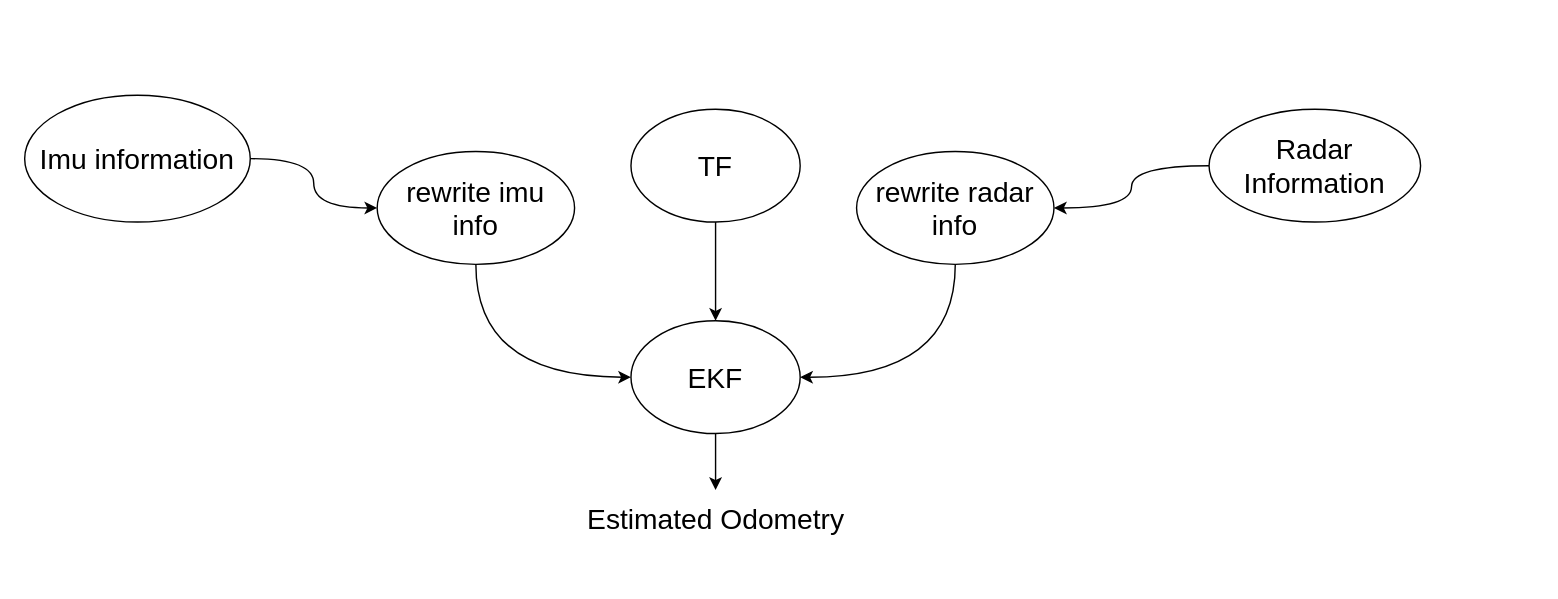
Earlier version of the draw.io diagram Presenatation/Algorithm_Oveview.drawio (alme96/SemesterProject_RadialInertialStateEstimation). Source tidied: cells renumbered, new cells numbered last; positions are measured from the earlier drawing's top-left corner, leaving out a move shared by most shapes. Both pictures are drawn from the tidied source at 141%, with x=0, y=0 at pixel (24, 94).
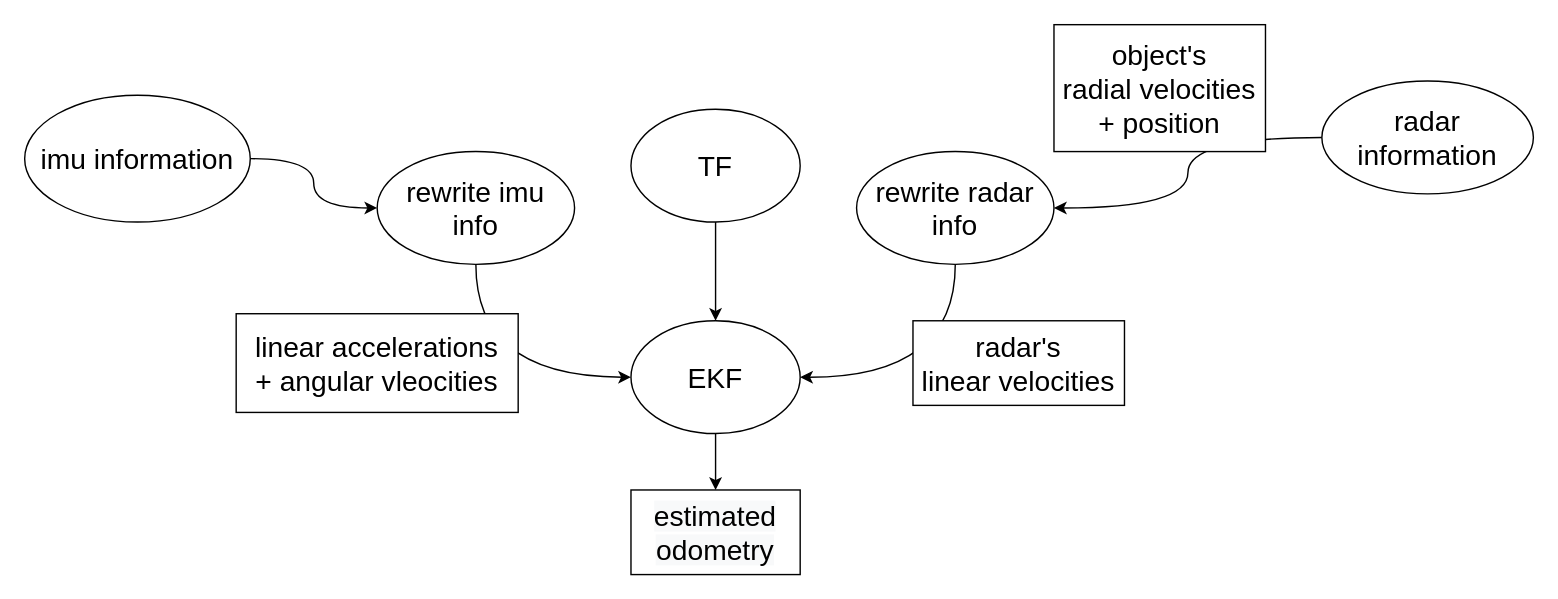
The same page after the edit.

Change to the diagram source:
```diff
@@
 <mxGraphModel>
   <root>
     <mxCell id="0" />
     <mxCell id="1" parent="0" />
     <mxCell id="2" style="edgeStyle=orthogonalEdgeStyle;curved=1;rounded=0;jettySize=auto;html=1;" parent="1" edge="1" source="3">
       <mxGeometry relative="1" as="geometry">
         <mxPoint x="490" y="280" as="targetPoint" />
       </mxGeometry>
     </mxCell>
     <mxCell id="3" value="&lt;font style=&quot;font-size: 20px&quot;&gt;EKF&lt;/font&gt;" style="ellipse;whiteSpace=wrap;html=1;" parent="1" vertex="1">
       <mxGeometry x="430" y="160" width="120" height="80" as="geometry" />
     </mxCell>
     <mxCell id="4" style="edgeStyle=orthogonalEdgeStyle;rounded=0;jettySize=auto;html=1;curved=1;" parent="1" edge="1" source="5" target="9">
       <mxGeometry relative="1" as="geometry" />
     </mxCell>
-    <mxCell id="5" value="&lt;font style=&quot;font-size: 20px&quot;&gt;Radar Information&lt;/font&gt;" style="ellipse;whiteSpace=wrap;html=1;" parent="1" vertex="1">
-      <mxGeometry x="840" y="10" width="150" height="80" as="geometry" />
+    <mxCell id="5" value="&lt;font style=&quot;font-size: 20px&quot;&gt;radar information&lt;/font&gt;" style="ellipse;whiteSpace=wrap;html=1;" parent="1" vertex="1">
+      <mxGeometry x="920" y="-10" width="150" height="80" as="geometry" />
     </mxCell>
     <mxCell id="6" style="edgeStyle=orthogonalEdgeStyle;curved=1;rounded=0;jettySize=auto;html=1;entryX=0;entryY=0.5;entryDx=0;entryDy=0;" parent="1" edge="1" source="7" target="11">
       <mxGeometry relative="1" as="geometry" />
     </mxCell>
-    <mxCell id="7" value="&lt;font style=&quot;font-size: 20px&quot;&gt;Imu information&lt;/font&gt;" style="ellipse;whiteSpace=wrap;html=1;" parent="1" vertex="1">
+    <mxCell id="7" value="&lt;font style=&quot;font-size: 20px&quot;&gt;imu information&lt;/font&gt;" style="ellipse;whiteSpace=wrap;html=1;" parent="1" vertex="1">
       <mxGeometry width="160" height="90" as="geometry" />
     </mxCell>
     <mxCell id="8" style="edgeStyle=orthogonalEdgeStyle;curved=1;rounded=0;jettySize=auto;html=1;exitX=0.5;exitY=1;exitDx=0;exitDy=0;entryX=1;entryY=0.5;entryDx=0;entryDy=0;" parent="1" edge="1" source="9" target="3">
       <mxGeometry relative="1" as="geometry" />
     </mxCell>
     <mxCell id="9" value="&lt;font style=&quot;font-size: 20px ; line-height: 120%&quot;&gt;rewrite radar info&lt;/font&gt;" style="ellipse;whiteSpace=wrap;html=1;" parent="1" vertex="1">
       <mxGeometry x="590" y="40" width="140" height="80" as="geometry" />
     </mxCell>
     <mxCell id="10" style="edgeStyle=orthogonalEdgeStyle;curved=1;rounded=0;jettySize=auto;html=1;exitX=0.5;exitY=1;exitDx=0;exitDy=0;entryX=0;entryY=0.5;entryDx=0;entryDy=0;" parent="1" edge="1" source="11" target="3">
       <mxGeometry relative="1" as="geometry" />
     </mxCell>
     <mxCell id="11" value="&lt;font style=&quot;font-size: 20px ; line-height: 120%&quot;&gt;rewrite imu &lt;br&gt;info&lt;/font&gt;" style="ellipse;whiteSpace=wrap;html=1;" parent="1" vertex="1">
       <mxGeometry x="250" y="40" width="140" height="80" as="geometry" />
     </mxCell>
-    <mxCell id="12" value="&lt;font style=&quot;font-size: 20px&quot;&gt;Estimated Odometry&lt;/font&gt;" style="text;html=1;align=center;verticalAlign=middle;" parent="1" vertex="1">
-      <mxGeometry x="390" y="290" width="200" height="20" as="geometry" />
-    </mxCell>
     <mxCell id="13" style="edgeStyle=orthogonalEdgeStyle;curved=1;rounded=0;jettySize=auto;html=1;" parent="1" edge="1" source="14" target="3">
       <mxGeometry relative="1" as="geometry" />
     </mxCell>
     <mxCell id="14" value="&lt;font style=&quot;font-size: 20px&quot;&gt;TF&lt;/font&gt;" style="ellipse;whiteSpace=wrap;html=1;" parent="1" vertex="1">
       <mxGeometry x="430" y="10" width="120" height="80" as="geometry" />
     </mxCell>
+    <mxCell id="15" value="&lt;span style=&quot;font-size: 20px&quot;&gt;linear accelerations&lt;/span&gt;&lt;br style=&quot;font-size: 20px&quot;&gt;&lt;span style=&quot;font-size: 20px&quot;&gt;+ angular vleocities&lt;/span&gt;" style="whiteSpace=wrap;html=1;strokeColor=#000000;" parent="1" vertex="1">
+      <mxGeometry x="150" y="155" width="200" height="70" as="geometry" />
+    </mxCell>
+    <mxCell id="16" value="&lt;span style=&quot;font-size: 20px&quot;&gt;radar's&lt;br&gt;linear velocities&lt;/span&gt;" style="whiteSpace=wrap;html=1;strokeColor=#000000;" parent="1" vertex="1">
+      <mxGeometry x="630" y="160" width="150" height="60" as="geometry" />
+    </mxCell>
+    <mxCell id="17" value="&lt;span style=&quot;color: rgb(0, 0, 0); font-family: helvetica; font-size: 20px; font-style: normal; font-weight: 400; letter-spacing: normal; text-align: center; text-indent: 0px; text-transform: none; word-spacing: 0px; background-color: rgb(248, 249, 250); display: inline; float: none;&quot;&gt;estimated odometry&lt;/span&gt;" style="whiteSpace=wrap;html=1;strokeColor=#000000;" parent="1" vertex="1">
+      <mxGeometry x="430" y="280" width="120" height="60" as="geometry" />
+    </mxCell>
+    <mxCell id="18" value="&lt;span style=&quot;font-size: 20px&quot;&gt;object's&lt;br&gt;radial velocities + position&lt;/span&gt;" style="whiteSpace=wrap;html=1;strokeColor=#000000;" parent="1" vertex="1">
+      <mxGeometry x="730" y="-50" width="150" height="90" as="geometry" />
+    </mxCell>
   </root>
 </mxGraphModel>
```
